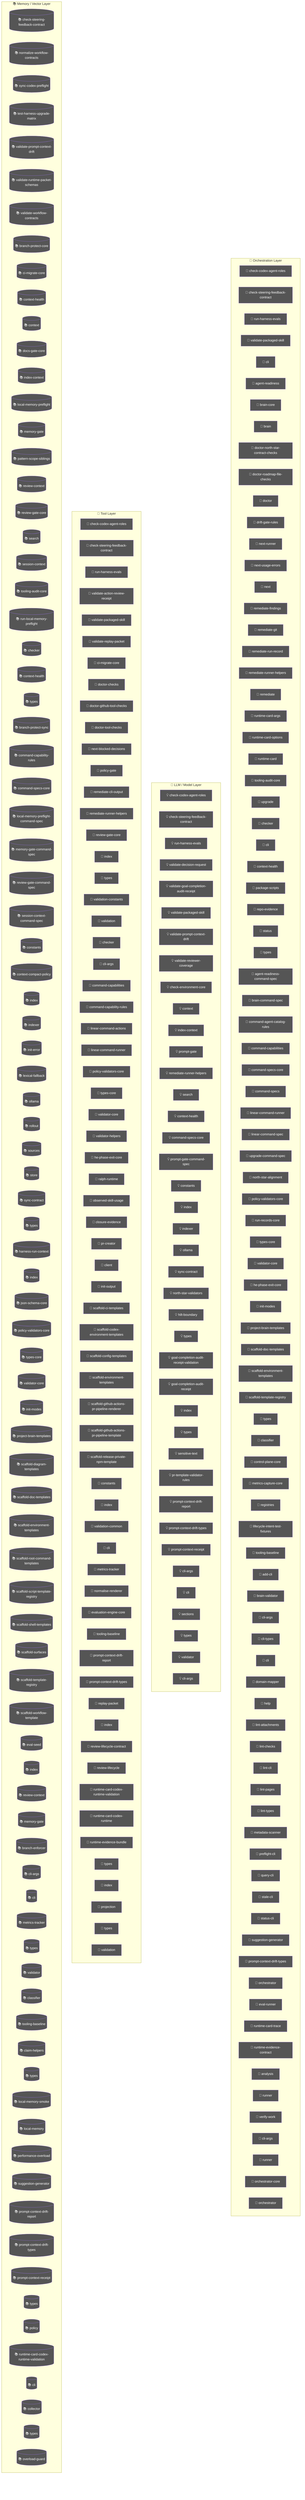
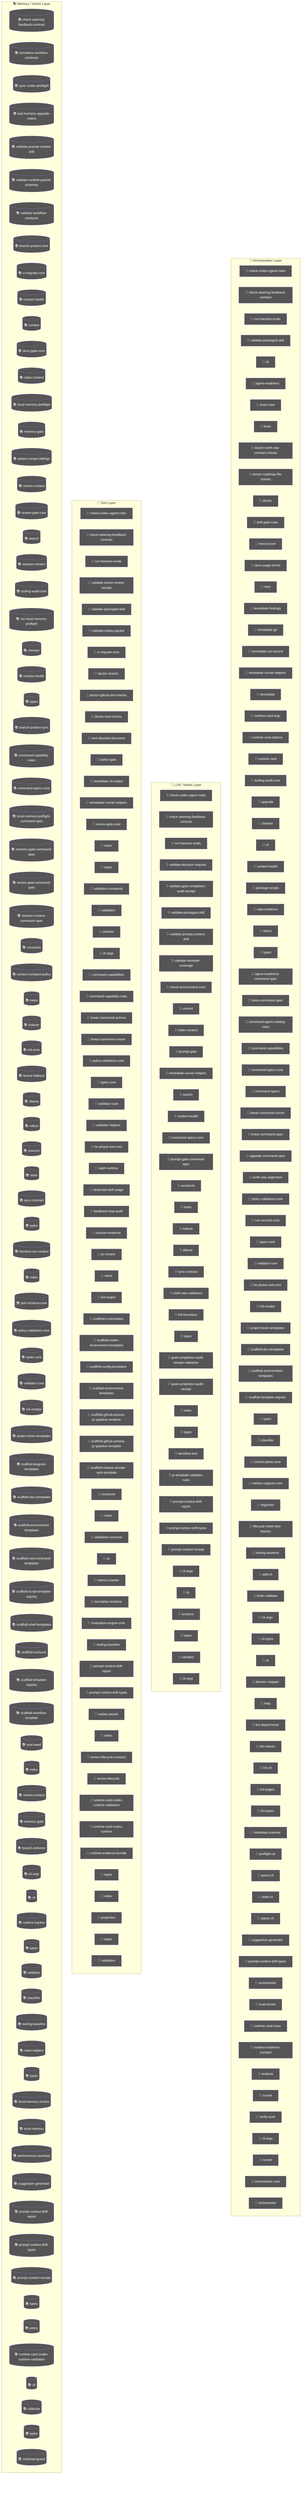
flowchart TD
  subgraph Orchestration["🎯 Orchestration Layer"]
    node_agent_mmd_orchestration_layer_orchestration_chec_7a9f0b64["🤖 check-codex-agent-roles"]
    node_agent_mmd_orchestration_layer_orchestration_chec_7fd47f5c["🤖 check-steering-feedback-contract"]
    node_agent_mmd_orchestration_layer_orchestration_run__18817957["🤖 run-harness-evals"]
    node_agent_mmd_orchestration_layer_orchestration_vali_c01b04be["🤖 validate-packaged-skill"]
    cli_99bb8840["🤖 cli"]
    agent_readiness_c82c68e6["🤖 agent-readiness"]
    brain_core_aa07c380["🤖 brain-core"]
    brain_bbbf7a64["🤖 brain"]
    doctor_north_star_contract_checks_0048124c["🤖 doctor-north-star-contract-checks"]
    doctor_roadmap_file_checks_14447b8e["🤖 doctor-roadmap-file-checks"]
    doctor_72f4be89["🤖 doctor"]
    drift_gate_rules_9685e72d["🤖 drift-gate-rules"]
    next_runner_41643472["🤖 next-runner"]
    next_usage_errors_837a345a["🤖 next-usage-errors"]
    next_c6c1c9a9["🤖 next"]
    remediate_findings_8b09c8c6["🤖 remediate-findings"]
    remediate_git_58c6f6f4["🤖 remediate-git"]
    remediate_run_record_9dfe5dc1["🤖 remediate-run-record"]
    node_agent_mmd_orchestration_layer_orchestration_reme_359fe98f["🤖 remediate-runner-helpers"]
    remediate_06b9c7fc["🤖 remediate"]
    runtime_card_args_2b3d4b28["🤖 runtime-card-args"]
    runtime_card_options_c9156ad5["🤖 runtime-card-options"]
    runtime_card_e06b53e1["🤖 runtime-card"]
    node_agent_mmd_orchestration_layer_orchestration_tool_acfe0c01["🤖 tooling-audit-core"]
    upgrade_7fef9479["🤖 upgrade"]
    node_agent_mmd_orchestration_layer_orchestration_chec_0550c395["🤖 checker"]
    cli_1_084e05fe["🤖 cli"]
    node_agent_mmd_orchestration_layer_orchestration_cont_61b3b9c9["🤖 context-health"]
    package_scripts_3ee6150f["🤖 package-scripts"]
    repo_evidence_38bb1de5["🤖 repo-evidence"]
    status_073c1634["🤖 status"]
    node_agent_mmd_orchestration_layer_orchestration_type_4f906dcc["🤖 types"]
    agent_readiness_command_spec_a30c2c1e["🤖 agent-readiness-command-spec"]
    brain_command_spec_15b122d5["🤖 brain-command-spec"]
    command_agent_catalog_rules_8e06b2af["🤖 command-agent-catalog-rules"]
    node_agent_mmd_orchestration_layer_orchestration_comm_6e41a7f7["🤖 command-capabilities"]
    node_agent_mmd_orchestration_layer_orchestration_comm_1f8cc24c["🤖 command-specs-core"]
    command_specs_69167c63["🤖 command-specs"]
    node_agent_mmd_orchestration_layer_orchestration_line_b67affd5["🤖 linear-command-runner"]
    linear_command_spec_1e12dd44["🤖 linear-command-spec"]
    upgrade_command_spec_03f6c7bd["🤖 upgrade-command-spec"]
    north_star_alignment_00440188["🤖 north-star-alignment"]
    node_agent_mmd_orchestration_layer_orchestration_poli_3270b55d["🤖 policy-validators-core"]
    run_records_core_89286dfa["🤖 run-records-core"]
    node_agent_mmd_orchestration_layer_orchestration_type_7cf81261["🤖 types-core"]
    node_agent_mmd_orchestration_layer_orchestration_vali_d9fe99e6["🤖 validator-core"]
    node_agent_mmd_orchestration_layer_orchestration_he_p_fc778c24["🤖 he-phase-exit-core"]
    node_agent_mmd_orchestration_layer_orchestration_init_2a9c3ecb["🤖 init-modes"]
    node_agent_mmd_orchestration_layer_orchestration_proj_6ab6f60f["🤖 project-brain-templates"]
    node_agent_mmd_orchestration_layer_orchestration_scaf_12cc07db["🤖 scaffold-doc-templates"]
    node_agent_mmd_orchestration_layer_orchestration_scaf_c9a90c2f["🤖 scaffold-environment-templates"]
    node_agent_mmd_orchestration_layer_orchestration_scaf_ff8f92f6["🤖 scaffold-template-registry"]
    types_15_86775c96["🤖 types"]
    node_agent_mmd_orchestration_layer_orchestration_clas_899b821a["🤖 classifier"]
    control_plane_core_db3b4cb2["🤖 control-plane-core"]
    metrics_capture_core_db4bf7cf["🤖 metrics-capture-core"]
    registries_06402afa["🤖 registries"]
    lifecycle_intent_test_fixtures_a53c7ada["🤖 lifecycle-intent-test-fixtures"]
    node_agent_mmd_orchestration_layer_orchestration_tool_cc43149f["🤖 tooling-baseline"]
    add_cli_7614de25["🤖 add-cli"]
    brain_validator_be251832["🤖 brain-validator"]
    cli_args_8_d546936e["🤖 cli-args"]
    cli_types_1686e858["🤖 cli-types"]
    cli_9_b54c1407["🤖 cli"]
    domain_mapper_cd9333d2["🤖 domain-mapper"]
    help_106a5842["🤖 help"]
    lint_attachments_873c0632["🤖 lint-attachments"]
    lint_checks_83522b19["🤖 lint-checks"]
    lint_cli_9ec62ec0["🤖 lint-cli"]
    lint_pages_e33301d0["🤖 lint-pages"]
    lint_types_2862c255["🤖 lint-types"]
    metadata_scanner_6a101b66["🤖 metadata-scanner"]
    preflight_cli_5d148379["🤖 preflight-cli"]
    query_cli_b95be64d["🤖 query-cli"]
    stale_cli_64548720["🤖 stale-cli"]
    status_cli_4c24a0d6["🤖 status-cli"]
    node_agent_mmd_orchestration_layer_orchestration_sugg_85c5ebe3["🤖 suggestion-generator"]
    node_agent_mmd_orchestration_layer_orchestration_prom_77088997["🤖 prompt-context-drift-types"]
    orchestrator_11376b7e["🤖 orchestrator"]
    eval_runner_0966a6b3["🤖 eval-runner"]
    runtime_card_trace_64a5ca95["🤖 runtime-card-trace"]
    runtime_evidence_contract_0f7b15b2["🤖 runtime-evidence-contract"]
    analysis_f44e85c4["🤖 analysis"]
    runner_527aa9f4["🤖 runner"]
    verify_work_1_cd8e7ec3["🤖 verify-work"]
    cli_args_14_3481043e["🤖 cli-args"]
    runner_1_6f281bf8["🤖 runner"]
    orchestrator_core_d0678b53["🤖 orchestrator-core"]
    orchestrator_1_6b7137c5["🤖 orchestrator"]
  end
  subgraph LLMLayer["🧠 LLM / Model Layer"]
    node_agent_mmd_llm_model_layer_llmlayer_check_codex_a_29e7b7fa["💡 check-codex-agent-roles"]
    node_agent_mmd_llm_model_layer_llmlayer_check_steerin_0e1bf90d["💡 check-steering-feedback-contract"]
    node_agent_mmd_llm_model_layer_llmlayer_run_harness_e_603fcfdc["💡 run-harness-evals"]
    validate_decision_request_2e5c325e["💡 validate-decision-request"]
    validate_goal_completion_audit_receipt_100d252c["💡 validate-goal-completion-audit-receipt"]
    node_agent_mmd_llm_model_layer_llmlayer_validate_pack_2a12e1f4["💡 validate-packaged-skill"]
    node_agent_mmd_llm_model_layer_llmlayer_validate_prom_9880f764["💡 validate-prompt-context-drift"]
    validate_reviewer_coverage_251efee3["💡 validate-reviewer-coverage"]
    check_environment_core_2c16213f["💡 check-environment-core"]
    node_agent_mmd_llm_model_layer_llmlayer_context_conte_ad2dfbd9["💡 context"]
    node_agent_mmd_llm_model_layer_llmlayer_index_context_1041bd11["💡 index-context"]
    prompt_gate_c5e9d207["💡 prompt-gate"]
    node_agent_mmd_llm_model_layer_llmlayer_remediate_run_9e3d4585["💡 remediate-runner-helpers"]
    node_agent_mmd_llm_model_layer_llmlayer_search_search_66b9a911["💡 search"]
    node_agent_mmd_llm_model_layer_llmlayer_context_healt_cfc0bfa8["💡 context-health"]
    node_agent_mmd_llm_model_layer_llmlayer_command_specs_782af9fa["💡 command-specs-core"]
    prompt_gate_command_spec_9a941482["💡 prompt-gate-command-spec"]
    node_agent_mmd_llm_model_layer_llmlayer_constants_con_c9bd3f6c["💡 constants"]
    node_agent_mmd_llm_model_layer_llmlayer_index_index_1_02e160ff["💡 index"]
    node_agent_mmd_llm_model_layer_llmlayer_indexer_index_4f4deef5["💡 indexer"]
    node_agent_mmd_llm_model_layer_llmlayer_ollama_ollama_968b23fa["💡 ollama"]
    node_agent_mmd_llm_model_layer_llmlayer_sync_contract_9f3cc8c1["💡 sync-contract"]
    north_star_validators_cfc926ce["💡 north-star-validators"]
    hilt_boundary_9b36fb15["💡 hilt-boundary"]
    types_9_1db4641f["💡 types"]
    goal_completion_audit_receipt_validation_9d0f4891["💡 goal-completion-audit-receipt-validation"]
    goal_completion_audit_receipt_5e4939c3["💡 goal-completion-audit-receipt"]
    index_4_013aa0e3["💡 index"]
    node_agent_mmd_llm_model_layer_llmlayer_constants_con_c9bd3f6c["💡 constants"]
    types_16_0fae1112["💡 types"]
    sensitive_text_7c11f760["💡 sensitive-text"]
    pr_template_validator_rules_20a32d6b["💡 pr-template-validator-rules"]
    node_agent_mmd_llm_model_layer_llmlayer_index_index_1_02e160ff["💡 index"]
    node_agent_mmd_llm_model_layer_llmlayer_prompt_contex_9683b128["💡 prompt-context-drift-report"]
    node_agent_mmd_llm_model_layer_llmlayer_prompt_contex_e5066b88["💡 prompt-context-drift-types"]
    node_agent_mmd_llm_model_layer_llmlayer_index_index_1_02e160ff["💡 index"]
    node_agent_mmd_llm_model_layer_llmlayer_prompt_contex_6426acc2["💡 prompt-context-receipt"]
    cli_args_9_9c136878["💡 cli-args"]
    cli_10_35dc8cbd["💡 cli"]
    sections_4697ef32["💡 sections"]
    types_26_a5814179["💡 types"]
    validator_6_3688adbf["💡 validator"]
    cli_args_10_861cdd3f["💡 cli-args"]
  end
  subgraph ToolLayer["🔧 Tool Layer"]
    node_agent_mmd_tool_layer_toollayer_check_codex_agent_4b361d5a["🔧 check-codex-agent-roles"]
    node_agent_mmd_tool_layer_toollayer_check_steering_fe_eafecf3a["🔧 check-steering-feedback-contract"]
    node_agent_mmd_tool_layer_toollayer_run_harness_evals_e2ee24f1["🔧 run-harness-evals"]
    validate_action_review_receipt_fa2f06c3["🔧 validate-action-review-receipt"]
    node_agent_mmd_tool_layer_toollayer_validate_packaged_2855c827["🔧 validate-packaged-skill"]
    validate_replay_packet_f309747e["🔧 validate-replay-packet"]
    node_agent_mmd_tool_layer_toollayer_ci_migrate_core_c_049f8460["🔧 ci-migrate-core"]
    doctor_checks_5a2eb2b9["🔧 doctor-checks"]
    doctor_github_tool_checks_a53b0382["🔧 doctor-github-tool-checks"]
    doctor_tool_checks_4acac51a["🔧 doctor-tool-checks"]
    next_blocked_decisions_4140ad2b["🔧 next-blocked-decisions"]
    policy_gate_213f7313["🔧 policy-gate"]
    remediate_cli_output_cc165396["🔧 remediate-cli-output"]
    node_agent_mmd_tool_layer_toollayer_remediate_runner__c003b871["🔧 remediate-runner-helpers"]
    node_agent_mmd_tool_layer_toollayer_review_gate_core__7704598b["🔧 review-gate-core"]
    index_1bc04b52["🔧 index"]
    types_1_4ecdf56e["🔧 types"]
    validation_constants_e002a0f6["🔧 validation-constants"]
    validation_98c41dcd["🔧 validation"]
    node_agent_mmd_tool_layer_toollayer_checker_checker_2_453d593b["🔧 checker"]
    cli_args_1_6144b055["🔧 cli-args"]
    node_agent_mmd_tool_layer_toollayer_command_capabilit_7fe13db1["🔧 command-capabilities"]
    node_agent_mmd_tool_layer_toollayer_command_capabilit_e97a4615["🔧 command-capability-rules"]
    linear_command_actions_e430f4f4["🔧 linear-command-actions"]
    node_agent_mmd_tool_layer_toollayer_linear_command_ru_d6763748["🔧 linear-command-runner"]
    node_agent_mmd_tool_layer_toollayer_policy_validators_af136abf["🔧 policy-validators-core"]
    node_agent_mmd_tool_layer_toollayer_types_core_types__6c8319b6["🔧 types-core"]
    node_agent_mmd_tool_layer_toollayer_validator_core_va_6ef6131f["🔧 validator-core"]
    validator_helpers_7b927667["🔧 validator-helpers"]
    node_agent_mmd_tool_layer_toollayer_he_phase_exit_cor_af016160["🔧 he-phase-exit-core"]
    ralph_runtime_73d63c0e["🔧 ralph-runtime"]
    observed_skill_usage_ed7d5930["🔧 observed-skill-usage"]
+     feedback_loop_audit_1_c7be4304["🔧 feedback-loop-audit"]
    closure_evidence_aaa31467["🔧 closure-evidence"]
    pr_creator_dc6b1ea4["🔧 pr-creator"]
    client_948fe603["🔧 client"]
    init_output_360dce91["🔧 init-output"]
    scaffold_ci_templates_2afd6392["🔧 scaffold-ci-templates"]
    scaffold_codex_environment_templates_334fbbed["🔧 scaffold-codex-environment-templates"]
    scaffold_config_templates_4b80ce53["🔧 scaffold-config-templates"]
    node_agent_mmd_tool_layer_toollayer_scaffold_environm_c1afc013["🔧 scaffold-environment-templates"]
    scaffold_github_actions_pr_pipeline_renderer_1ee18de5["🔧 scaffold-github-actions-pr-pipeline-renderer"]
    scaffold_github_actions_pr_pipeline_template_e2b85f62["🔧 scaffold-github-actions-pr-pipeline-template"]
    scaffold_release_private_npm_template_075499f8["🔧 scaffold-release-private-npm-template"]
    node_agent_mmd_tool_layer_toollayer_constants_constan_9d71b829["🔧 constants"]
    index_8_6f0f20ec["🔧 index"]
    validation_common_6161e48b["🔧 validation-common"]
    node_agent_mmd_tool_layer_toollayer_cli_cli_2_1_32d9eeaf["🔧 cli"]
    node_agent_mmd_tool_layer_toollayer_metrics_tracker_m_4c9237d8["🔧 metrics-tracker"]
    normalise_renderer_85f2e563["🔧 normalise-renderer"]
    evaluation_engine_core_e054fe49["🔧 evaluation-engine-core"]
    node_agent_mmd_tool_layer_toollayer_tooling_baseline__61e66e9f["🔧 tooling-baseline"]
    node_agent_mmd_tool_layer_toollayer_prompt_context_dr_801c86ff["🔧 prompt-context-drift-report"]
    node_agent_mmd_tool_layer_toollayer_prompt_context_dr_bd82da46["🔧 prompt-context-drift-types"]
    replay_packet_a1293f88["🔧 replay-packet"]
    index_13_97df39c8["🔧 index"]
    review_lifecycle_contract_e5447221["🔧 review-lifecycle-contract"]
    review_lifecycle_89afa64c["🔧 review-lifecycle"]
    node_agent_mmd_tool_layer_toollayer_runtime_card_code_3636ceac["🔧 runtime-card-codex-runtime-validation"]
    runtime_card_codex_runtime_0655e230["🔧 runtime-card-codex-runtime"]
    runtime_evidence_bundle_d471a232["🔧 runtime-evidence-bundle"]
    types_35_93e66c64["🔧 types"]
    index_16_373c8a49["🔧 index"]
    projection_1b250ea1["🔧 projection"]
    types_37_32ccf9f9["🔧 types"]
    validation_7_c4e6d8b6["🔧 validation"]
  end
  subgraph MemoryLayer["📚 Memory / Vector Layer"]
    node_agent_mmd_memory_vector_layer_memorylayer_check__64c86928[("📚 check-steering-feedback-contract")]
    normalize_workflow_contracts_8701f1c8[("📚 normalize-workflow-contracts")]
    sync_codex_preflight_7e7a8dc2[("📚 sync-codex-preflight")]
    test_harness_upgrade_matrix_84113c4e[("📚 test-harness-upgrade-matrix")]
    node_agent_mmd_memory_vector_layer_memorylayer_valida_c52c4db8[("📚 validate-prompt-context-drift")]
    validate_runtime_packet_schemas_bc3ba8ec[("📚 validate-runtime-packet-schemas")]
    validate_workflow_contracts_33dc063c[("📚 validate-workflow-contracts")]
    branch_protect_core_a8feb0fd[("📚 branch-protect-core")]
    node_agent_mmd_memory_vector_layer_memorylayer_ci_mig_0cd5b1a4[("📚 ci-migrate-core")]
    context_health_80bb7da9[("📚 context-health")]
    node_agent_mmd_memory_vector_layer_memorylayer_contex_78ceaaa9[("📚 context")]
    docs_gate_core_eb9b6c18[("📚 docs-gate-core")]
    node_agent_mmd_memory_vector_layer_memorylayer_index__6f3402d0[("📚 index-context")]
    local_memory_preflight_dcc36c42[("📚 local-memory-preflight")]
    memory_gate_a577a506[("📚 memory-gate")]
    pattern_scope_siblings_43abe000[("📚 pattern-scope-siblings")]
    review_context_ca6cf81d[("📚 review-context")]
    node_agent_mmd_memory_vector_layer_memorylayer_review_5bee9816[("📚 review-gate-core")]
    node_agent_mmd_memory_vector_layer_memorylayer_search_ac35cb7e[("📚 search")]
    session_context_e5ec72c0[("📚 session-context")]
    node_agent_mmd_memory_vector_layer_memorylayer_toolin_a1185b8f[("📚 tooling-audit-core")]
    run_local_memory_preflight_36e92808[("📚 run-local-memory-preflight")]
    node_agent_mmd_memory_vector_layer_memorylayer_checke_a583eb4f[("📚 checker")]
    node_agent_mmd_memory_vector_layer_memorylayer_contex_3204aa0e[("📚 context-health")]
    node_agent_mmd_memory_vector_layer_memorylayer_types__9ad640a0[("📚 types")]
    branch_protect_sync_570adb18[("📚 branch-protect-sync")]
    node_agent_mmd_memory_vector_layer_memorylayer_comman_c72a5d05[("📚 command-capability-rules")]
    node_agent_mmd_memory_vector_layer_memorylayer_comman_111eb454[("📚 command-specs-core")]
    local_memory_preflight_command_spec_9e23f3ce[("📚 local-memory-preflight-command-spec")]
    memory_gate_command_spec_dc9001a9[("📚 memory-gate-command-spec")]
    review_gate_command_spec_3187376a[("📚 review-gate-command-spec")]
    session_context_command_spec_973afbb1[("📚 session-context-command-spec")]
    node_agent_mmd_memory_vector_layer_memorylayer_consta_702d3f46[("📚 constants")]
    context_compact_policy_3dcaf95d[("📚 context-compact-policy")]
    node_agent_mmd_memory_vector_layer_memorylayer_index__752bc61e[("📚 index")]
    node_agent_mmd_memory_vector_layer_memorylayer_indexe_93e6d86f[("📚 indexer")]
    init_error_5c7dd49f[("📚 init-error")]
    lexical_fallback_723e2b3e[("📚 lexical-fallback")]
    node_agent_mmd_memory_vector_layer_memorylayer_ollama_6d51be16[("📚 ollama")]
    rollout_a4fa034c[("📚 rollout")]
    sources_878a52fc[("📚 sources")]
    store_824d80d7[("📚 store")]
    node_agent_mmd_memory_vector_layer_memorylayer_sync_c_e43418bc[("📚 sync-contract")]
    types_7_2f1ed65e[("📚 types")]
    harness_run_context_ac7c77a9[("📚 harness-run-context")]
    index_3_7e40d474[("📚 index")]
    json_schema_core_96d7e328[("📚 json-schema-core")]
    node_agent_mmd_memory_vector_layer_memorylayer_policy_1944de42[("📚 policy-validators-core")]
    node_agent_mmd_memory_vector_layer_memorylayer_types__83f369fa[("📚 types-core")]
    node_agent_mmd_memory_vector_layer_memorylayer_valida_41034356[("📚 validator-core")]
    node_agent_mmd_memory_vector_layer_memorylayer_init_m_333d02c5[("📚 init-modes")]
    node_agent_mmd_memory_vector_layer_memorylayer_projec_3ae304d9[("📚 project-brain-templates")]
    scaffold_diagram_templates_dd88e83c[("📚 scaffold-diagram-templates")]
    node_agent_mmd_memory_vector_layer_memorylayer_scaffo_5fd73b94[("📚 scaffold-doc-templates")]
    node_agent_mmd_memory_vector_layer_memorylayer_scaffo_12b42341[("📚 scaffold-environment-templates")]
    scaffold_root_command_templates_404fed7f[("📚 scaffold-root-command-templates")]
    scaffold_script_template_registry_69312d4e[("📚 scaffold-script-template-registry")]
    scaffold_shell_templates_0ad0f915[("📚 scaffold-shell-templates")]
    scaffold_surfaces_12d6494e[("📚 scaffold-surfaces")]
    node_agent_mmd_memory_vector_layer_memorylayer_scaffo_a86eece1[("📚 scaffold-template-registry")]
    scaffold_workflow_template_92310587[("📚 scaffold-workflow-template")]
    eval_seed_5699fd3e[("📚 eval-seed")]
    index_9_32dd4d91[("📚 index")]
    review_context_1_e3afed15[("📚 review-context")]
    memory_gate_1_265164ac[("📚 memory-gate")]
    branch_enforcer_acb749cd[("📚 branch-enforcer")]
    cli_args_5_09ea29f0[("📚 cli-args")]
    node_agent_mmd_memory_vector_layer_memorylayer_cli_cl_1f1f89ab[("📚 cli")]
    node_agent_mmd_memory_vector_layer_memorylayer_metric_12562178[("📚 metrics-tracker")]
    types_18_37582e2a[("📚 types")]
    validator_4_5180cf23[("📚 validator")]
    node_agent_mmd_memory_vector_layer_memorylayer_classi_1ebbf5ff[("📚 classifier")]
    node_agent_mmd_memory_vector_layer_memorylayer_toolin_14f86b00[("📚 tooling-baseline")]
    claim_helpers_20dc8387[("📚 claim-helpers")]
    types_23_4352ee2e[("📚 types")]
    local_memory_smoke_1175abfc[("📚 local-memory-smoke")]
    local_memory_0db17ecc[("📚 local-memory")]
    performance_overload_c685bfcf[("📚 performance-overload")]
    node_agent_mmd_memory_vector_layer_memorylayer_sugges_267f408d[("📚 suggestion-generator")]
    node_agent_mmd_memory_vector_layer_memorylayer_index__752bc61e[("📚 index")]
    node_agent_mmd_memory_vector_layer_memorylayer_prompt_84937d91[("📚 prompt-context-drift-report")]
    node_agent_mmd_memory_vector_layer_memorylayer_prompt_efd77624[("📚 prompt-context-drift-types")]
    node_agent_mmd_memory_vector_layer_memorylayer_index__752bc61e[("📚 index")]
    node_agent_mmd_memory_vector_layer_memorylayer_prompt_55c0d605[("📚 prompt-context-receipt")]
    types_30_424b976c[("📚 types")]
    policy_1_fc4198db[("📚 policy")]
    node_agent_mmd_memory_vector_layer_memorylayer_runtim_a5d23e7f[("📚 runtime-card-codex-runtime-validation")]
    cli_11_338a8415[("📚 cli")]
    collector_0736fd5b[("📚 collector")]
    types_33_16e22a82[("📚 types")]
    overload_guard_2748c559[("📚 overload-guard")]
  end
  classDef agentNode fill:#555,color:#fff
  class node_agent_mmd_orchestration_layer_orchestration_chec_7a9f0b64,node_agent_mmd_llm_model_layer_llmlayer_check_codex_a_29e7b7fa,node_agent_mmd_tool_layer_toollayer_check_codex_agent_4b361d5a,node_agent_mmd_orchestration_layer_orchestration_chec_7fd47f5c,node_agent_mmd_llm_model_layer_llmlayer_check_steerin_0e1bf90d,node_agent_mmd_tool_layer_toollayer_check_steering_fe_eafecf3a,node_agent_mmd_memory_vector_layer_memorylayer_check__64c86928,node_agent_mmd_orchestration_layer_orchestration_run__18817957,node_agent_mmd_llm_model_layer_llmlayer_run_harness_e_603fcfdc,node_agent_mmd_tool_layer_toollayer_run_harness_evals_e2ee24f1,node_agent_mmd_orchestration_layer_orchestration_vali_c01b04be,node_agent_mmd_llm_model_layer_llmlayer_validate_pack_2a12e1f4,node_agent_mmd_tool_layer_toollayer_validate_packaged_2855c827,cli_99bb8840,agent_readiness_c82c68e6,brain_core_aa07c380,brain_bbbf7a64,doctor_north_star_contract_checks_0048124c,doctor_roadmap_file_checks_14447b8e,doctor_72f4be89,drift_gate_rules_9685e72d,next_runner_41643472,next_usage_errors_837a345a,next_c6c1c9a9,remediate_findings_8b09c8c6,remediate_git_58c6f6f4,remediate_run_record_9dfe5dc1,node_agent_mmd_orchestration_layer_orchestration_reme_359fe98f,node_agent_mmd_llm_model_layer_llmlayer_remediate_run_9e3d4585,node_agent_mmd_tool_layer_toollayer_remediate_runner__c003b871,remediate_06b9c7fc,runtime_card_args_2b3d4b28,runtime_card_options_c9156ad5,runtime_card_e06b53e1,node_agent_mmd_orchestration_layer_orchestration_tool_acfe0c01,node_agent_mmd_memory_vector_layer_memorylayer_toolin_a1185b8f,upgrade_7fef9479,node_agent_mmd_orchestration_layer_orchestration_chec_0550c395,node_agent_mmd_tool_layer_toollayer_checker_checker_2_453d593b,node_agent_mmd_memory_vector_layer_memorylayer_checke_a583eb4f,cli_1_084e05fe,node_agent_mmd_orchestration_layer_orchestration_cont_61b3b9c9,node_agent_mmd_llm_model_layer_llmlayer_context_healt_cfc0bfa8,node_agent_mmd_memory_vector_layer_memorylayer_contex_3204aa0e,package_scripts_3ee6150f,repo_evidence_38bb1de5,status_073c1634,node_agent_mmd_orchestration_layer_orchestration_type_4f906dcc,node_agent_mmd_memory_vector_layer_memorylayer_types__9ad640a0,agent_readiness_command_spec_a30c2c1e,brain_command_spec_15b122d5,command_agent_catalog_rules_8e06b2af,node_agent_mmd_orchestration_layer_orchestration_comm_6e41a7f7,node_agent_mmd_tool_layer_toollayer_command_capabilit_7fe13db1,node_agent_mmd_orchestration_layer_orchestration_comm_1f8cc24c,node_agent_mmd_llm_model_layer_llmlayer_command_specs_782af9fa,node_agent_mmd_memory_vector_layer_memorylayer_comman_111eb454,command_specs_69167c63,node_agent_mmd_orchestration_layer_orchestration_line_b67affd5,node_agent_mmd_tool_layer_toollayer_linear_command_ru_d6763748,linear_command_spec_1e12dd44,upgrade_command_spec_03f6c7bd,north_star_alignment_00440188,node_agent_mmd_orchestration_layer_orchestration_poli_3270b55d,node_agent_mmd_tool_layer_toollayer_policy_validators_af136abf,node_agent_mmd_memory_vector_layer_memorylayer_policy_1944de42,run_records_core_89286dfa,node_agent_mmd_orchestration_layer_orchestration_type_7cf81261,node_agent_mmd_tool_layer_toollayer_types_core_types__6c8319b6,node_agent_mmd_memory_vector_layer_memorylayer_types__83f369fa,node_agent_mmd_orchestration_layer_orchestration_vali_d9fe99e6,node_agent_mmd_tool_layer_toollayer_validator_core_va_6ef6131f,node_agent_mmd_memory_vector_layer_memorylayer_valida_41034356,node_agent_mmd_orchestration_layer_orchestration_he_p_fc778c24,node_agent_mmd_tool_layer_toollayer_he_phase_exit_cor_af016160,node_agent_mmd_orchestration_layer_orchestration_init_2a9c3ecb,node_agent_mmd_memory_vector_layer_memorylayer_init_m_333d02c5,node_agent_mmd_orchestration_layer_orchestration_proj_6ab6f60f,node_agent_mmd_memory_vector_layer_memorylayer_projec_3ae304d9,node_agent_mmd_orchestration_layer_orchestration_scaf_12cc07db,node_agent_mmd_memory_vector_layer_memorylayer_scaffo_5fd73b94,node_agent_mmd_orchestration_layer_orchestration_scaf_c9a90c2f,node_agent_mmd_tool_layer_toollayer_scaffold_environm_c1afc013,node_agent_mmd_memory_vector_layer_memorylayer_scaffo_12b42341,node_agent_mmd_orchestration_layer_orchestration_scaf_ff8f92f6,node_agent_mmd_memory_vector_layer_memorylayer_scaffo_a86eece1,types_15_86775c96,node_agent_mmd_orchestration_layer_orchestration_clas_899b821a,node_agent_mmd_memory_vector_layer_memorylayer_classi_1ebbf5ff,control_plane_core_db3b4cb2,metrics_capture_core_db4bf7cf,registries_06402afa,lifecycle_intent_test_fixtures_a53c7ada,node_agent_mmd_orchestration_layer_orchestration_tool_cc43149f,node_agent_mmd_tool_layer_toollayer_tooling_baseline__61e66e9f,node_agent_mmd_memory_vector_layer_memorylayer_toolin_14f86b00,add_cli_7614de25,brain_validator_be251832,cli_args_8_d546936e,cli_types_1686e858,cli_9_b54c1407,domain_mapper_cd9333d2,help_106a5842,lint_attachments_873c0632,lint_checks_83522b19,lint_cli_9ec62ec0,lint_pages_e33301d0,lint_types_2862c255,metadata_scanner_6a101b66,preflight_cli_5d148379,query_cli_b95be64d,stale_cli_64548720,status_cli_4c24a0d6,node_agent_mmd_orchestration_layer_orchestration_sugg_85c5ebe3,node_agent_mmd_memory_vector_layer_memorylayer_sugges_267f408d,node_agent_mmd_orchestration_layer_orchestration_prom_77088997,node_agent_mmd_llm_model_layer_llmlayer_prompt_contex_e5066b88,node_agent_mmd_tool_layer_toollayer_prompt_context_dr_bd82da46,node_agent_mmd_memory_vector_layer_memorylayer_prompt_efd77624,orchestrator_11376b7e,eval_runner_0966a6b3,runtime_card_trace_64a5ca95,runtime_evidence_contract_0f7b15b2,analysis_f44e85c4,runner_527aa9f4,verify_work_1_cd8e7ec3,cli_args_14_3481043e,runner_1_6f281bf8,orchestrator_core_d0678b53,orchestrator_1_6b7137c5 agentNode
  classDef llmNode fill:#555,color:#fff
  class node_agent_mmd_orchestration_layer_orchestration_chec_7a9f0b64,node_agent_mmd_llm_model_layer_llmlayer_check_codex_a_29e7b7fa,node_agent_mmd_tool_layer_toollayer_check_codex_agent_4b361d5a,node_agent_mmd_orchestration_layer_orchestration_chec_7fd47f5c,node_agent_mmd_llm_model_layer_llmlayer_check_steerin_0e1bf90d,node_agent_mmd_tool_layer_toollayer_check_steering_fe_eafecf3a,node_agent_mmd_memory_vector_layer_memorylayer_check__64c86928,node_agent_mmd_orchestration_layer_orchestration_run__18817957,node_agent_mmd_llm_model_layer_llmlayer_run_harness_e_603fcfdc,node_agent_mmd_tool_layer_toollayer_run_harness_evals_e2ee24f1,validate_decision_request_2e5c325e,validate_goal_completion_audit_receipt_100d252c,node_agent_mmd_orchestration_layer_orchestration_vali_c01b04be,node_agent_mmd_llm_model_layer_llmlayer_validate_pack_2a12e1f4,node_agent_mmd_tool_layer_toollayer_validate_packaged_2855c827,node_agent_mmd_llm_model_layer_llmlayer_validate_prom_9880f764,node_agent_mmd_memory_vector_layer_memorylayer_valida_c52c4db8,validate_reviewer_coverage_251efee3,check_environment_core_2c16213f,node_agent_mmd_llm_model_layer_llmlayer_context_conte_ad2dfbd9,node_agent_mmd_memory_vector_layer_memorylayer_contex_78ceaaa9,node_agent_mmd_llm_model_layer_llmlayer_index_context_1041bd11,node_agent_mmd_memory_vector_layer_memorylayer_index__6f3402d0,prompt_gate_c5e9d207,node_agent_mmd_orchestration_layer_orchestration_reme_359fe98f,node_agent_mmd_llm_model_layer_llmlayer_remediate_run_9e3d4585,node_agent_mmd_tool_layer_toollayer_remediate_runner__c003b871,node_agent_mmd_llm_model_layer_llmlayer_search_search_66b9a911,node_agent_mmd_memory_vector_layer_memorylayer_search_ac35cb7e,node_agent_mmd_orchestration_layer_orchestration_cont_61b3b9c9,node_agent_mmd_llm_model_layer_llmlayer_context_healt_cfc0bfa8,node_agent_mmd_memory_vector_layer_memorylayer_contex_3204aa0e,node_agent_mmd_orchestration_layer_orchestration_comm_1f8cc24c,node_agent_mmd_llm_model_layer_llmlayer_command_specs_782af9fa,node_agent_mmd_memory_vector_layer_memorylayer_comman_111eb454,prompt_gate_command_spec_9a941482,node_agent_mmd_llm_model_layer_llmlayer_constants_con_c9bd3f6c,node_agent_mmd_memory_vector_layer_memorylayer_consta_702d3f46,node_agent_mmd_llm_model_layer_llmlayer_index_index_1_02e160ff,node_agent_mmd_memory_vector_layer_memorylayer_index__752bc61e,node_agent_mmd_llm_model_layer_llmlayer_indexer_index_4f4deef5,node_agent_mmd_memory_vector_layer_memorylayer_indexe_93e6d86f,node_agent_mmd_llm_model_layer_llmlayer_ollama_ollama_968b23fa,node_agent_mmd_memory_vector_layer_memorylayer_ollama_6d51be16,node_agent_mmd_llm_model_layer_llmlayer_sync_contract_9f3cc8c1,node_agent_mmd_memory_vector_layer_memorylayer_sync_c_e43418bc,north_star_validators_cfc926ce,hilt_boundary_9b36fb15,types_9_1db4641f,goal_completion_audit_receipt_validation_9d0f4891,goal_completion_audit_receipt_5e4939c3,index_4_013aa0e3,node_agent_mmd_tool_layer_toollayer_constants_constan_9d71b829,types_16_0fae1112,sensitive_text_7c11f760,pr_template_validator_rules_20a32d6b,node_agent_mmd_llm_model_layer_llmlayer_prompt_contex_9683b128,node_agent_mmd_tool_layer_toollayer_prompt_context_dr_801c86ff,node_agent_mmd_memory_vector_layer_memorylayer_prompt_84937d91,node_agent_mmd_orchestration_layer_orchestration_prom_77088997,node_agent_mmd_llm_model_layer_llmlayer_prompt_contex_e5066b88,node_agent_mmd_tool_layer_toollayer_prompt_context_dr_bd82da46,node_agent_mmd_memory_vector_layer_memorylayer_prompt_efd77624,node_agent_mmd_llm_model_layer_llmlayer_prompt_contex_6426acc2,node_agent_mmd_memory_vector_layer_memorylayer_prompt_55c0d605,cli_args_9_9c136878,cli_10_35dc8cbd,sections_4697ef32,types_26_a5814179,validator_6_3688adbf,cli_args_10_861cdd3f llmNode
  classDef toolNode fill:#555,color:#fff
-   class node_agent_mmd_orchestration_layer_orchestration_chec_7a9f0b64,node_agent_mmd_llm_model_layer_llmlayer_check_codex_a_29e7b7fa,node_agent_mmd_tool_layer_toollayer_check_codex_agent_4b361d5a,node_agent_mmd_orchestration_layer_orchestration_chec_7fd47f5c,node_agent_mmd_llm_model_layer_llmlayer_check_steerin_0e1bf90d,node_agent_mmd_tool_layer_toollayer_check_steering_fe_eafecf3a,node_agent_mmd_memory_vector_layer_memorylayer_check__64c86928,node_agent_mmd_orchestration_layer_orchestration_run__18817957,node_agent_mmd_llm_model_layer_llmlayer_run_harness_e_603fcfdc,node_agent_mmd_tool_layer_toollayer_run_harness_evals_e2ee24f1,validate_action_review_receipt_fa2f06c3,node_agent_mmd_orchestration_layer_orchestration_vali_c01b04be,node_agent_mmd_llm_model_layer_llmlayer_validate_pack_2a12e1f4,node_agent_mmd_tool_layer_toollayer_validate_packaged_2855c827,validate_replay_packet_f309747e,node_agent_mmd_tool_layer_toollayer_ci_migrate_core_c_049f8460,node_agent_mmd_memory_vector_layer_memorylayer_ci_mig_0cd5b1a4,doctor_checks_5a2eb2b9,doctor_github_tool_checks_a53b0382,doctor_tool_checks_4acac51a,next_blocked_decisions_4140ad2b,policy_gate_213f7313,remediate_cli_output_cc165396,node_agent_mmd_orchestration_layer_orchestration_reme_359fe98f,node_agent_mmd_llm_model_layer_llmlayer_remediate_run_9e3d4585,node_agent_mmd_tool_layer_toollayer_remediate_runner__c003b871,node_agent_mmd_tool_layer_toollayer_review_gate_core__7704598b,node_agent_mmd_memory_vector_layer_memorylayer_review_5bee9816,index_1bc04b52,types_1_4ecdf56e,validation_constants_e002a0f6,validation_98c41dcd,node_agent_mmd_orchestration_layer_orchestration_chec_0550c395,node_agent_mmd_tool_layer_toollayer_checker_checker_2_453d593b,node_agent_mmd_memory_vector_layer_memorylayer_checke_a583eb4f,cli_args_1_6144b055,node_agent_mmd_orchestration_layer_orchestration_comm_6e41a7f7,node_agent_mmd_tool_layer_toollayer_command_capabilit_7fe13db1,node_agent_mmd_tool_layer_toollayer_command_capabilit_e97a4615,node_agent_mmd_memory_vector_layer_memorylayer_comman_c72a5d05,linear_command_actions_e430f4f4,node_agent_mmd_orchestration_layer_orchestration_line_b67affd5,node_agent_mmd_tool_layer_toollayer_linear_command_ru_d6763748,node_agent_mmd_orchestration_layer_orchestration_poli_3270b55d,node_agent_mmd_tool_layer_toollayer_policy_validators_af136abf,node_agent_mmd_memory_vector_layer_memorylayer_policy_1944de42,node_agent_mmd_orchestration_layer_orchestration_type_7cf81261,node_agent_mmd_tool_layer_toollayer_types_core_types__6c8319b6,node_agent_mmd_memory_vector_layer_memorylayer_types__83f369fa,node_agent_mmd_orchestration_layer_orchestration_vali_d9fe99e6,node_agent_mmd_tool_layer_toollayer_validator_core_va_6ef6131f,node_agent_mmd_memory_vector_layer_memorylayer_valida_41034356,validator_helpers_7b927667,node_agent_mmd_orchestration_layer_orchestration_he_p_fc778c24,node_agent_mmd_tool_layer_toollayer_he_phase_exit_cor_af016160,ralph_runtime_73d63c0e,observed_skill_usage_ed7d5930,closure_evidence_aaa31467,pr_creator_dc6b1ea4,client_948fe603,init_output_360dce91,scaffold_ci_templates_2afd6392,scaffold_codex_environment_templates_334fbbed,scaffold_config_templates_4b80ce53,node_agent_mmd_orchestration_layer_orchestration_scaf_c9a90c2f,node_agent_mmd_tool_layer_toollayer_scaffold_environm_c1afc013,node_agent_mmd_memory_vector_layer_memorylayer_scaffo_12b42341,scaffold_github_actions_pr_pipeline_renderer_1ee18de5,scaffold_github_actions_pr_pipeline_template_e2b85f62,scaffold_release_private_npm_template_075499f8,node_agent_mmd_llm_model_layer_llmlayer_constants_con_c9bd3f6c,node_agent_mmd_tool_layer_toollayer_constants_constan_9d71b829,index_8_6f0f20ec,validation_common_6161e48b,node_agent_mmd_tool_layer_toollayer_cli_cli_2_1_32d9eeaf,node_agent_mmd_memory_vector_layer_memorylayer_cli_cl_1f1f89ab,node_agent_mmd_tool_layer_toollayer_metrics_tracker_m_4c9237d8,node_agent_mmd_memory_vector_layer_memorylayer_metric_12562178,normalise_renderer_85f2e563,evaluation_engine_core_e054fe49,node_agent_mmd_orchestration_layer_orchestration_tool_cc43149f,node_agent_mmd_tool_layer_toollayer_tooling_baseline__61e66e9f,node_agent_mmd_memory_vector_layer_memorylayer_toolin_14f86b00,node_agent_mmd_llm_model_layer_llmlayer_prompt_contex_9683b128,node_agent_mmd_tool_layer_toollayer_prompt_context_dr_801c86ff,node_agent_mmd_memory_vector_layer_memorylayer_prompt_84937d91,node_agent_mmd_orchestration_layer_orchestration_prom_77088997,node_agent_mmd_llm_model_layer_llmlayer_prompt_contex_e5066b88,node_agent_mmd_tool_layer_toollayer_prompt_context_dr_bd82da46,node_agent_mmd_memory_vector_layer_memorylayer_prompt_efd77624,replay_packet_a1293f88,index_13_97df39c8,review_lifecycle_contract_e5447221,review_lifecycle_89afa64c,node_agent_mmd_tool_layer_toollayer_runtime_card_code_3636ceac,node_agent_mmd_memory_vector_layer_memorylayer_runtim_a5d23e7f,runtime_card_codex_runtime_0655e230,runtime_evidence_bundle_d471a232,types_35_93e66c64,index_16_373c8a49,projection_1b250ea1,types_37_32ccf9f9,validation_7_c4e6d8b6 toolNode
+   class node_agent_mmd_orchestration_layer_orchestration_chec_7a9f0b64,node_agent_mmd_llm_model_layer_llmlayer_check_codex_a_29e7b7fa,node_agent_mmd_tool_layer_toollayer_check_codex_agent_4b361d5a,node_agent_mmd_orchestration_layer_orchestration_chec_7fd47f5c,node_agent_mmd_llm_model_layer_llmlayer_check_steerin_0e1bf90d,node_agent_mmd_tool_layer_toollayer_check_steering_fe_eafecf3a,node_agent_mmd_memory_vector_layer_memorylayer_check__64c86928,node_agent_mmd_orchestration_layer_orchestration_run__18817957,node_agent_mmd_llm_model_layer_llmlayer_run_harness_e_603fcfdc,node_agent_mmd_tool_layer_toollayer_run_harness_evals_e2ee24f1,validate_action_review_receipt_fa2f06c3,node_agent_mmd_orchestration_layer_orchestration_vali_c01b04be,node_agent_mmd_llm_model_layer_llmlayer_validate_pack_2a12e1f4,node_agent_mmd_tool_layer_toollayer_validate_packaged_2855c827,validate_replay_packet_f309747e,node_agent_mmd_tool_layer_toollayer_ci_migrate_core_c_049f8460,node_agent_mmd_memory_vector_layer_memorylayer_ci_mig_0cd5b1a4,doctor_checks_5a2eb2b9,doctor_github_tool_checks_a53b0382,doctor_tool_checks_4acac51a,next_blocked_decisions_4140ad2b,policy_gate_213f7313,remediate_cli_output_cc165396,node_agent_mmd_orchestration_layer_orchestration_reme_359fe98f,node_agent_mmd_llm_model_layer_llmlayer_remediate_run_9e3d4585,node_agent_mmd_tool_layer_toollayer_remediate_runner__c003b871,node_agent_mmd_tool_layer_toollayer_review_gate_core__7704598b,node_agent_mmd_memory_vector_layer_memorylayer_review_5bee9816,index_1bc04b52,types_1_4ecdf56e,validation_constants_e002a0f6,validation_98c41dcd,node_agent_mmd_orchestration_layer_orchestration_chec_0550c395,node_agent_mmd_tool_layer_toollayer_checker_checker_2_453d593b,node_agent_mmd_memory_vector_layer_memorylayer_checke_a583eb4f,cli_args_1_6144b055,node_agent_mmd_orchestration_layer_orchestration_comm_6e41a7f7,node_agent_mmd_tool_layer_toollayer_command_capabilit_7fe13db1,node_agent_mmd_tool_layer_toollayer_command_capabilit_e97a4615,node_agent_mmd_memory_vector_layer_memorylayer_comman_c72a5d05,linear_command_actions_e430f4f4,node_agent_mmd_orchestration_layer_orchestration_line_b67affd5,node_agent_mmd_tool_layer_toollayer_linear_command_ru_d6763748,node_agent_mmd_orchestration_layer_orchestration_poli_3270b55d,node_agent_mmd_tool_layer_toollayer_policy_validators_af136abf,node_agent_mmd_memory_vector_layer_memorylayer_policy_1944de42,node_agent_mmd_orchestration_layer_orchestration_type_7cf81261,node_agent_mmd_tool_layer_toollayer_types_core_types__6c8319b6,node_agent_mmd_memory_vector_layer_memorylayer_types__83f369fa,node_agent_mmd_orchestration_layer_orchestration_vali_d9fe99e6,node_agent_mmd_tool_layer_toollayer_validator_core_va_6ef6131f,node_agent_mmd_memory_vector_layer_memorylayer_valida_41034356,validator_helpers_7b927667,node_agent_mmd_orchestration_layer_orchestration_he_p_fc778c24,node_agent_mmd_tool_layer_toollayer_he_phase_exit_cor_af016160,ralph_runtime_73d63c0e,observed_skill_usage_ed7d5930,feedback_loop_audit_1_c7be4304,closure_evidence_aaa31467,pr_creator_dc6b1ea4,client_948fe603,init_output_360dce91,scaffold_ci_templates_2afd6392,scaffold_codex_environment_templates_334fbbed,scaffold_config_templates_4b80ce53,node_agent_mmd_orchestration_layer_orchestration_scaf_c9a90c2f,node_agent_mmd_tool_layer_toollayer_scaffold_environm_c1afc013,node_agent_mmd_memory_vector_layer_memorylayer_scaffo_12b42341,scaffold_github_actions_pr_pipeline_renderer_1ee18de5,scaffold_github_actions_pr_pipeline_template_e2b85f62,scaffold_release_private_npm_template_075499f8,node_agent_mmd_llm_model_layer_llmlayer_constants_con_c9bd3f6c,node_agent_mmd_tool_layer_toollayer_constants_constan_9d71b829,index_8_6f0f20ec,validation_common_6161e48b,node_agent_mmd_tool_layer_toollayer_cli_cli_2_1_32d9eeaf,node_agent_mmd_memory_vector_layer_memorylayer_cli_cl_1f1f89ab,node_agent_mmd_tool_layer_toollayer_metrics_tracker_m_4c9237d8,node_agent_mmd_memory_vector_layer_memorylayer_metric_12562178,normalise_renderer_85f2e563,evaluation_engine_core_e054fe49,node_agent_mmd_orchestration_layer_orchestration_tool_cc43149f,node_agent_mmd_tool_layer_toollayer_tooling_baseline__61e66e9f,node_agent_mmd_memory_vector_layer_memorylayer_toolin_14f86b00,node_agent_mmd_llm_model_layer_llmlayer_prompt_contex_9683b128,node_agent_mmd_tool_layer_toollayer_prompt_context_dr_801c86ff,node_agent_mmd_memory_vector_layer_memorylayer_prompt_84937d91,node_agent_mmd_orchestration_layer_orchestration_prom_77088997,node_agent_mmd_llm_model_layer_llmlayer_prompt_contex_e5066b88,node_agent_mmd_tool_layer_toollayer_prompt_context_dr_bd82da46,node_agent_mmd_memory_vector_layer_memorylayer_prompt_efd77624,replay_packet_a1293f88,index_13_97df39c8,review_lifecycle_contract_e5447221,review_lifecycle_89afa64c,node_agent_mmd_tool_layer_toollayer_runtime_card_code_3636ceac,node_agent_mmd_memory_vector_layer_memorylayer_runtim_a5d23e7f,runtime_card_codex_runtime_0655e230,runtime_evidence_bundle_d471a232,types_35_93e66c64,index_16_373c8a49,projection_1b250ea1,types_37_32ccf9f9,validation_7_c4e6d8b6 toolNode
  classDef memNode fill:#555,color:#fff
  class node_agent_mmd_orchestration_layer_orchestration_chec_7fd47f5c,node_agent_mmd_llm_model_layer_llmlayer_check_steerin_0e1bf90d,node_agent_mmd_tool_layer_toollayer_check_steering_fe_eafecf3a,node_agent_mmd_memory_vector_layer_memorylayer_check__64c86928,normalize_workflow_contracts_8701f1c8,sync_codex_preflight_7e7a8dc2,test_harness_upgrade_matrix_84113c4e,node_agent_mmd_llm_model_layer_llmlayer_validate_prom_9880f764,node_agent_mmd_memory_vector_layer_memorylayer_valida_c52c4db8,validate_runtime_packet_schemas_bc3ba8ec,validate_workflow_contracts_33dc063c,branch_protect_core_a8feb0fd,node_agent_mmd_tool_layer_toollayer_ci_migrate_core_c_049f8460,node_agent_mmd_memory_vector_layer_memorylayer_ci_mig_0cd5b1a4,context_health_80bb7da9,node_agent_mmd_llm_model_layer_llmlayer_context_conte_ad2dfbd9,node_agent_mmd_memory_vector_layer_memorylayer_contex_78ceaaa9,docs_gate_core_eb9b6c18,node_agent_mmd_llm_model_layer_llmlayer_index_context_1041bd11,node_agent_mmd_memory_vector_layer_memorylayer_index__6f3402d0,local_memory_preflight_dcc36c42,memory_gate_a577a506,pattern_scope_siblings_43abe000,review_context_ca6cf81d,node_agent_mmd_tool_layer_toollayer_review_gate_core__7704598b,node_agent_mmd_memory_vector_layer_memorylayer_review_5bee9816,node_agent_mmd_llm_model_layer_llmlayer_search_search_66b9a911,node_agent_mmd_memory_vector_layer_memorylayer_search_ac35cb7e,session_context_e5ec72c0,node_agent_mmd_orchestration_layer_orchestration_tool_acfe0c01,node_agent_mmd_memory_vector_layer_memorylayer_toolin_a1185b8f,run_local_memory_preflight_36e92808,node_agent_mmd_orchestration_layer_orchestration_chec_0550c395,node_agent_mmd_tool_layer_toollayer_checker_checker_2_453d593b,node_agent_mmd_memory_vector_layer_memorylayer_checke_a583eb4f,node_agent_mmd_orchestration_layer_orchestration_cont_61b3b9c9,node_agent_mmd_llm_model_layer_llmlayer_context_healt_cfc0bfa8,node_agent_mmd_memory_vector_layer_memorylayer_contex_3204aa0e,node_agent_mmd_orchestration_layer_orchestration_type_4f906dcc,node_agent_mmd_memory_vector_layer_memorylayer_types__9ad640a0,branch_protect_sync_570adb18,node_agent_mmd_tool_layer_toollayer_command_capabilit_e97a4615,node_agent_mmd_memory_vector_layer_memorylayer_comman_c72a5d05,node_agent_mmd_orchestration_layer_orchestration_comm_1f8cc24c,node_agent_mmd_llm_model_layer_llmlayer_command_specs_782af9fa,node_agent_mmd_memory_vector_layer_memorylayer_comman_111eb454,local_memory_preflight_command_spec_9e23f3ce,memory_gate_command_spec_dc9001a9,review_gate_command_spec_3187376a,session_context_command_spec_973afbb1,node_agent_mmd_llm_model_layer_llmlayer_constants_con_c9bd3f6c,node_agent_mmd_memory_vector_layer_memorylayer_consta_702d3f46,context_compact_policy_3dcaf95d,node_agent_mmd_llm_model_layer_llmlayer_index_index_1_02e160ff,node_agent_mmd_memory_vector_layer_memorylayer_index__752bc61e,node_agent_mmd_llm_model_layer_llmlayer_indexer_index_4f4deef5,node_agent_mmd_memory_vector_layer_memorylayer_indexe_93e6d86f,init_error_5c7dd49f,lexical_fallback_723e2b3e,node_agent_mmd_llm_model_layer_llmlayer_ollama_ollama_968b23fa,node_agent_mmd_memory_vector_layer_memorylayer_ollama_6d51be16,rollout_a4fa034c,sources_878a52fc,store_824d80d7,node_agent_mmd_llm_model_layer_llmlayer_sync_contract_9f3cc8c1,node_agent_mmd_memory_vector_layer_memorylayer_sync_c_e43418bc,types_7_2f1ed65e,harness_run_context_ac7c77a9,index_3_7e40d474,json_schema_core_96d7e328,node_agent_mmd_orchestration_layer_orchestration_poli_3270b55d,node_agent_mmd_tool_layer_toollayer_policy_validators_af136abf,node_agent_mmd_memory_vector_layer_memorylayer_policy_1944de42,node_agent_mmd_orchestration_layer_orchestration_type_7cf81261,node_agent_mmd_tool_layer_toollayer_types_core_types__6c8319b6,node_agent_mmd_memory_vector_layer_memorylayer_types__83f369fa,node_agent_mmd_orchestration_layer_orchestration_vali_d9fe99e6,node_agent_mmd_tool_layer_toollayer_validator_core_va_6ef6131f,node_agent_mmd_memory_vector_layer_memorylayer_valida_41034356,node_agent_mmd_orchestration_layer_orchestration_init_2a9c3ecb,node_agent_mmd_memory_vector_layer_memorylayer_init_m_333d02c5,node_agent_mmd_orchestration_layer_orchestration_proj_6ab6f60f,node_agent_mmd_memory_vector_layer_memorylayer_projec_3ae304d9,scaffold_diagram_templates_dd88e83c,node_agent_mmd_orchestration_layer_orchestration_scaf_12cc07db,node_agent_mmd_memory_vector_layer_memorylayer_scaffo_5fd73b94,node_agent_mmd_orchestration_layer_orchestration_scaf_c9a90c2f,node_agent_mmd_tool_layer_toollayer_scaffold_environm_c1afc013,node_agent_mmd_memory_vector_layer_memorylayer_scaffo_12b42341,scaffold_root_command_templates_404fed7f,scaffold_script_template_registry_69312d4e,scaffold_shell_templates_0ad0f915,scaffold_surfaces_12d6494e,node_agent_mmd_orchestration_layer_orchestration_scaf_ff8f92f6,node_agent_mmd_memory_vector_layer_memorylayer_scaffo_a86eece1,scaffold_workflow_template_92310587,eval_seed_5699fd3e,index_9_32dd4d91,review_context_1_e3afed15,memory_gate_1_265164ac,branch_enforcer_acb749cd,cli_args_5_09ea29f0,node_agent_mmd_tool_layer_toollayer_cli_cli_2_1_32d9eeaf,node_agent_mmd_memory_vector_layer_memorylayer_cli_cl_1f1f89ab,node_agent_mmd_tool_layer_toollayer_metrics_tracker_m_4c9237d8,node_agent_mmd_memory_vector_layer_memorylayer_metric_12562178,types_18_37582e2a,validator_4_5180cf23,node_agent_mmd_orchestration_layer_orchestration_clas_899b821a,node_agent_mmd_memory_vector_layer_memorylayer_classi_1ebbf5ff,node_agent_mmd_orchestration_layer_orchestration_tool_cc43149f,node_agent_mmd_tool_layer_toollayer_tooling_baseline__61e66e9f,node_agent_mmd_memory_vector_layer_memorylayer_toolin_14f86b00,claim_helpers_20dc8387,types_23_4352ee2e,local_memory_smoke_1175abfc,local_memory_0db17ecc,performance_overload_c685bfcf,node_agent_mmd_orchestration_layer_orchestration_sugg_85c5ebe3,node_agent_mmd_memory_vector_layer_memorylayer_sugges_267f408d,node_agent_mmd_llm_model_layer_llmlayer_prompt_contex_9683b128,node_agent_mmd_tool_layer_toollayer_prompt_context_dr_801c86ff,node_agent_mmd_memory_vector_layer_memorylayer_prompt_84937d91,node_agent_mmd_orchestration_layer_orchestration_prom_77088997,node_agent_mmd_llm_model_layer_llmlayer_prompt_contex_e5066b88,node_agent_mmd_tool_layer_toollayer_prompt_context_dr_bd82da46,node_agent_mmd_memory_vector_layer_memorylayer_prompt_efd77624,node_agent_mmd_llm_model_layer_llmlayer_prompt_contex_6426acc2,node_agent_mmd_memory_vector_layer_memorylayer_prompt_55c0d605,types_30_424b976c,policy_1_fc4198db,node_agent_mmd_tool_layer_toollayer_runtime_card_code_3636ceac,node_agent_mmd_memory_vector_layer_memorylayer_runtim_a5d23e7f,cli_11_338a8415,collector_0736fd5b,types_33_16e22a82,overload_guard_2748c559 memNode
